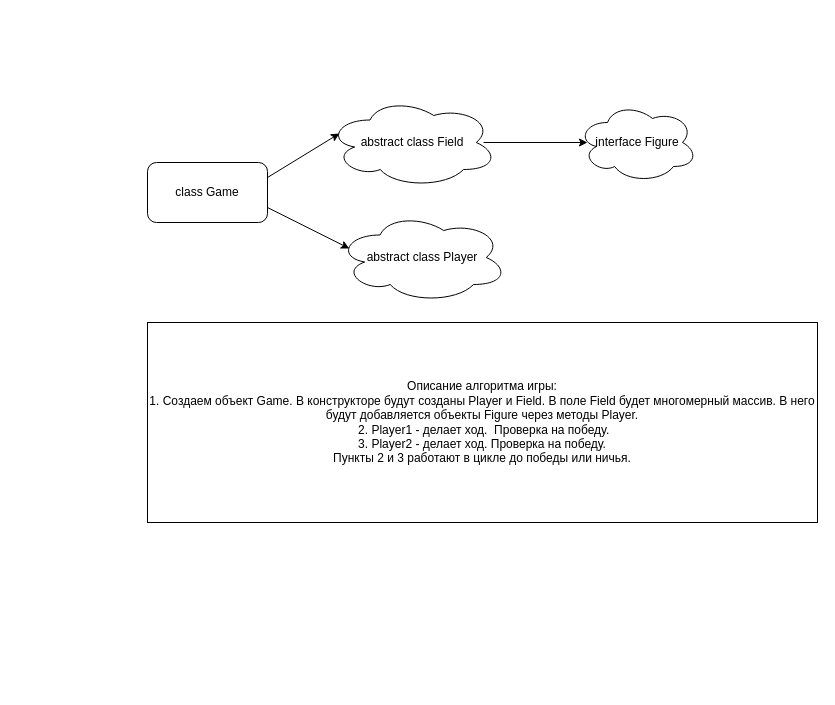
The draw.io diagram src/main/java/ru/job4j/architecture/cross_zero.drawio in Alexey710/job4j_design, before the edit. Source tidied: cells renumbered, new cells numbered last; positions are measured from the earlier drawing's top-left corner, leaving out a move shared by most shapes. Both pictures are drawn from the tidied source at 100%, with x=0, y=0 at pixel (147, 97).
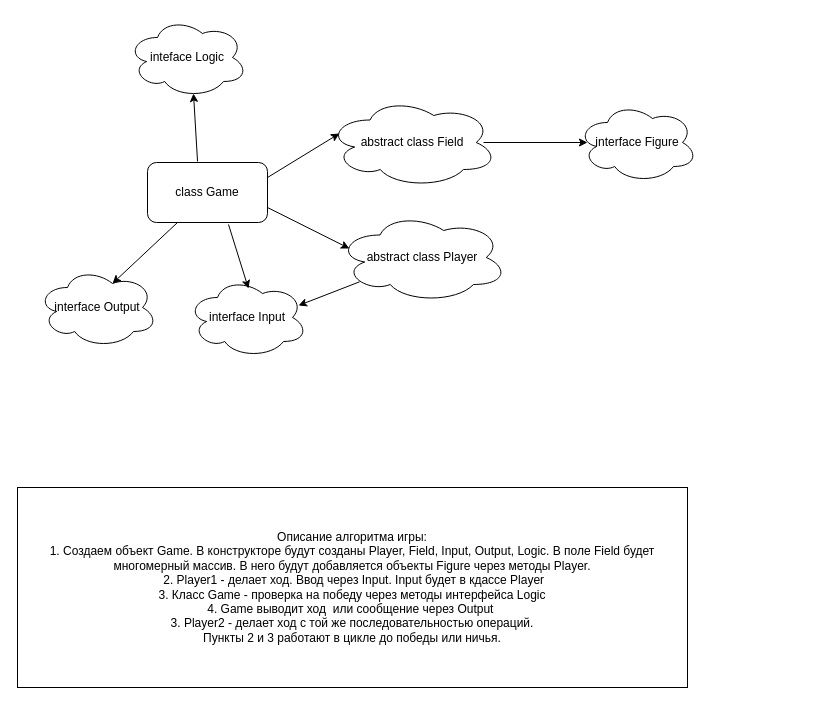
The same page after the edit.

Commit message (it also covers changes not shown here):
Создать меню. [#438604]

What changed in the source:
```diff
@@
 <mxGraphModel>
   <root>
     <mxCell id="0" />
     <mxCell id="1" parent="0" />
     <mxCell id="2" value="interface Figure&lt;br&gt;" style="ellipse;shape=cloud;whiteSpace=wrap;html=1;" parent="1" vertex="1">
       <mxGeometry x="430" y="5" width="120" height="80" as="geometry" />
     </mxCell>
     <mxCell id="3" style="endArrow=classic;html=1;exitX=0.918;exitY=0.5;exitDx=0;exitDy=0;entryX=0.083;entryY=0.5;entryDx=0;entryDy=0;entryPerimeter=0;exitPerimeter=0;" parent="1" edge="1" source="4" target="2">
       <mxGeometry relative="1" as="geometry" />
     </mxCell>
     <mxCell id="4" value="abstract class Field" style="ellipse;shape=cloud;whiteSpace=wrap;html=1;" parent="1" vertex="1">
       <mxGeometry x="180" width="170" height="90" as="geometry" />
     </mxCell>
     <mxCell id="5" value="abstract class Player" style="ellipse;shape=cloud;whiteSpace=wrap;html=1;" parent="1" vertex="1">
       <mxGeometry x="190" y="115" width="170" height="90" as="geometry" />
     </mxCell>
     <mxCell id="6" value="class Game" style="rounded=1;whiteSpace=wrap;html=1;" parent="1" vertex="1">
       <mxGeometry y="65" width="120" height="60" as="geometry" />
     </mxCell>
     <mxCell id="7" style="endArrow=classic;html=1;exitX=1;exitY=0.25;exitDx=0;exitDy=0;entryX=0.07;entryY=0.4;entryDx=0;entryDy=0;entryPerimeter=0;" parent="1" edge="1" source="6" target="4">
       <mxGeometry relative="1" as="geometry" />
     </mxCell>
     <mxCell id="8" style="endArrow=classic;html=1;exitX=1;exitY=0.75;exitDx=0;exitDy=0;entryX=0.07;entryY=0.4;entryDx=0;entryDy=0;entryPerimeter=0;" parent="1" edge="1" source="6" target="5">
       <mxGeometry relative="1" as="geometry" />
     </mxCell>
-    <mxCell id="9" value="Описание алгоритма игры:&lt;br&gt;1. Создаем объект Game. В конструкторе будут созданы Player и Field. В поле Field будет многомерный массив. В него будут добавляется объекты Figure через методы Player.&lt;br&gt;&amp;nbsp;2. Player1 - делает ход.&amp;nbsp; Проверка на победу.&lt;br&gt;3. Player2 - делает ход. Проверка на победу.&lt;br&gt;Пункты 2 и 3 работают в цикле до победы или ничья.&lt;br&gt;" style="rounded=0;whiteSpace=wrap;html=1;" parent="1" vertex="1">
-      <mxGeometry y="225" width="670" height="200" as="geometry" />
+    <mxCell id="9" value="Описание алгоритма игры:&lt;br&gt;1. Создаем объект Game. В конструкторе будут созданы Player, Field, Input, Output, Logic. В поле Field будет многомерный массив. В него будут добавляется объекты Figure через методы Player.&lt;br&gt;&amp;nbsp;2. Player1 - делает ход. Ввод через Input. Input будет в кдассе Player&lt;br&gt;3. Класс Game - проверка на победу через методы интерфейса Logic&lt;br&gt;4. Game выводит ход&amp;nbsp; или сообщение через Output&amp;nbsp;&lt;br&gt;3. Player2 - делает ход с той же последовательностью операций.&lt;br&gt;Пункты 2 и 3 работают в цикле до победы или ничья." style="rounded=0;whiteSpace=wrap;html=1;" parent="1" vertex="1">
+      <mxGeometry x="-130" y="390" width="670" height="200" as="geometry" />
     </mxCell>
+    <mxCell id="10" value="interface Output" style="ellipse;shape=cloud;whiteSpace=wrap;html=1;" parent="1" vertex="1">
+      <mxGeometry x="-110" y="170" width="120" height="80" as="geometry" />
+    </mxCell>
+    <mxCell id="11" value="inteface Logic" style="ellipse;shape=cloud;whiteSpace=wrap;html=1;" parent="1" vertex="1">
+      <mxGeometry x="-20" y="-80" width="120" height="80" as="geometry" />
+    </mxCell>
+    <mxCell id="12" value="interface Input" style="ellipse;shape=cloud;whiteSpace=wrap;html=1;" parent="1" vertex="1">
+      <mxGeometry x="40" y="180" width="120" height="80" as="geometry" />
+    </mxCell>
+    <mxCell id="13" style="endArrow=classic;html=1;exitX=0.417;exitY=-0.017;exitDx=0;exitDy=0;entryX=0.55;entryY=0.95;entryDx=0;entryDy=0;entryPerimeter=0;exitPerimeter=0;" parent="1" edge="1" source="6" target="11">
+      <mxGeometry relative="1" as="geometry" />
+    </mxCell>
+    <mxCell id="14" style="endArrow=classic;html=1;exitX=0.13;exitY=0.77;exitDx=0;exitDy=0;exitPerimeter=0;entryX=0.925;entryY=0.35;entryDx=0;entryDy=0;entryPerimeter=0;" parent="1" edge="1" source="5" target="12">
+      <mxGeometry relative="1" as="geometry" />
+    </mxCell>
+    <mxCell id="15" style="endArrow=classic;html=1;exitX=0.675;exitY=1.033;exitDx=0;exitDy=0;exitPerimeter=0;entryX=0.508;entryY=0.138;entryDx=0;entryDy=0;entryPerimeter=0;" parent="1" edge="1" source="6" target="12">
+      <mxGeometry relative="1" as="geometry" />
+    </mxCell>
+    <mxCell id="16" style="endArrow=classic;html=1;exitX=0.25;exitY=1;exitDx=0;exitDy=0;entryX=0.625;entryY=0.2;entryDx=0;entryDy=0;entryPerimeter=0;" parent="1" edge="1" source="6" target="10">
+      <mxGeometry relative="1" as="geometry" />
+    </mxCell>
   </root>
 </mxGraphModel>
```
